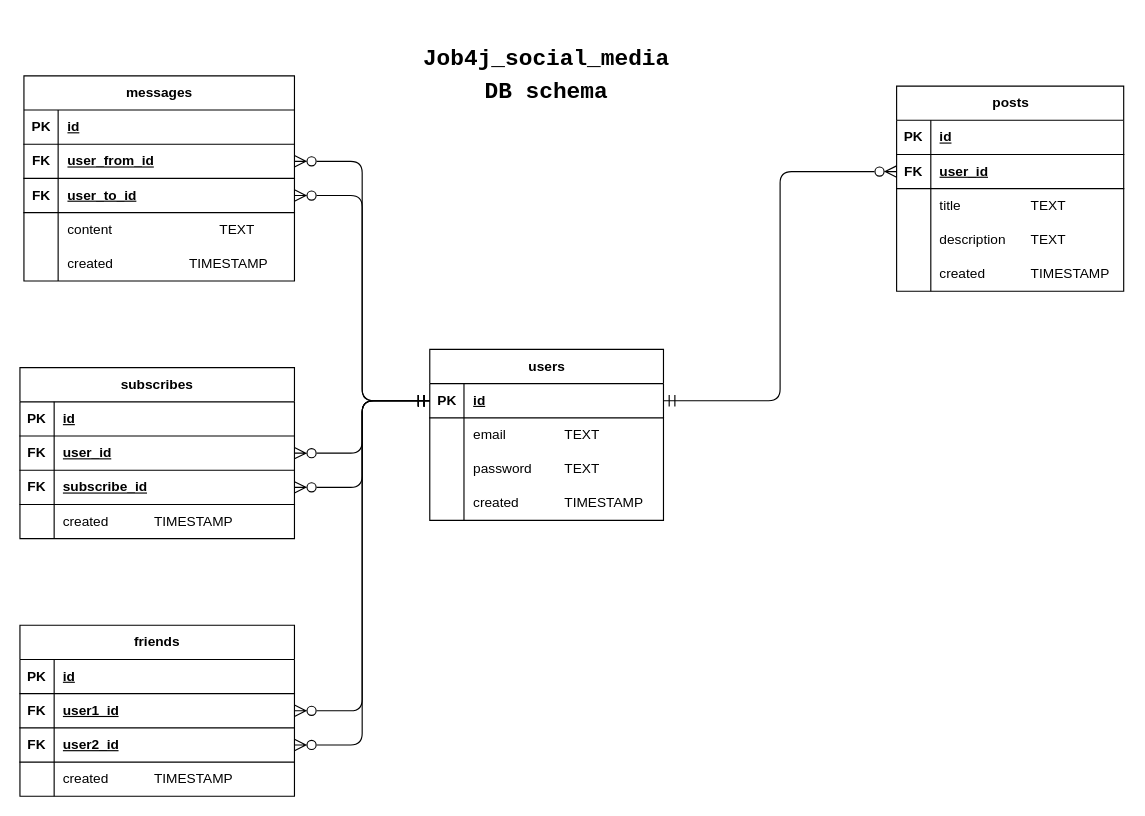
Before: src/main/resources/db/social_media_DB_schema.drawio in MikhailChrn/job4j_social_media_api, a draw.io diagram. Source tidied: cells renumbered, new cells numbered last; positions are measured from the earlier drawing's top-left corner, leaving out a move shared by most shapes. Both pictures are drawn from the tidied source at 114%, with x=0, y=0 at pixel (19, 63).
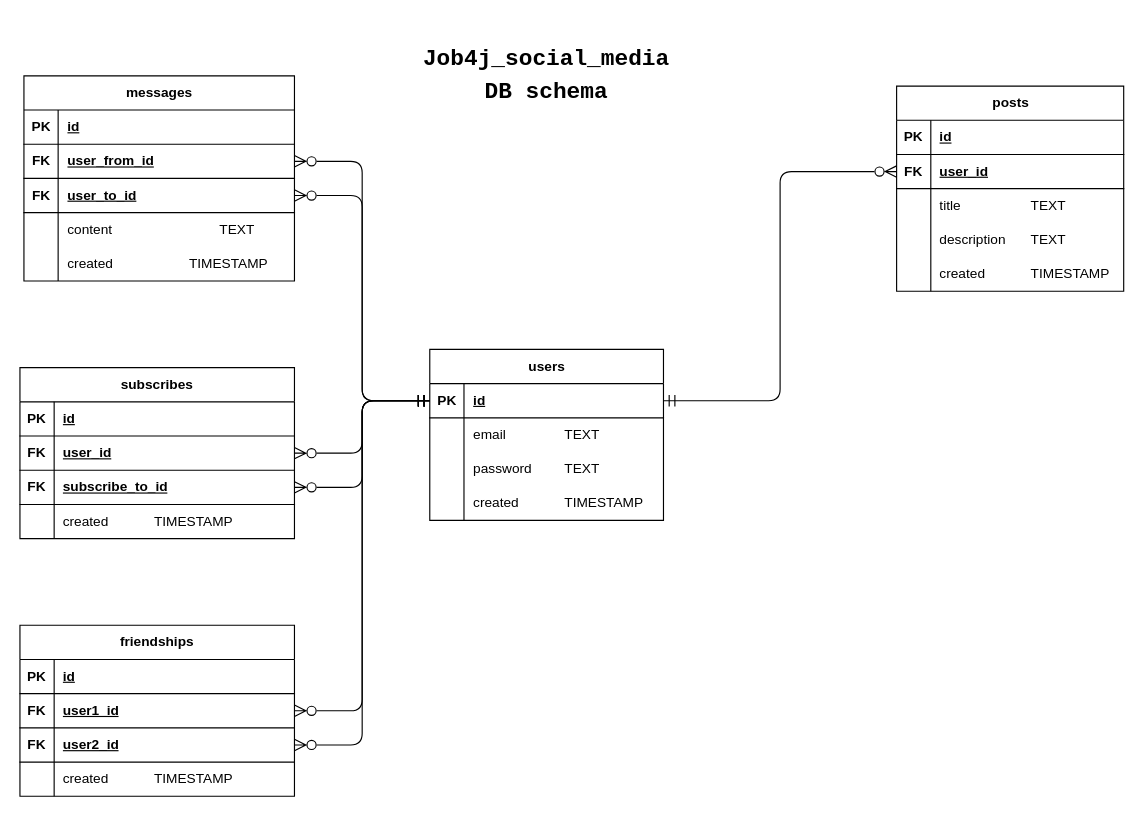
The same page after the edit.

Unchanged cells that the change refers to:
```xml
<mxCell id="56" style="shape=tableRow;horizontal=0;startSize=0;swimlaneHead=0;swimlaneBody=0;fillColor=none;points=[[0,0.5],[1,0.5]];portConstraint=eastwest;top=0;left=0;right=0;bottom=1;" parent="49" vertex="1">
  <mxGeometry y="90" width="240.8" height="30" as="geometry" />
</mxCell>
```

What changed in the source:
```diff
@@
-    <mxCell id="58" value="subscribe_id" style="shape=partialRectangle;fillColor=none;top=0;left=0;bottom=0;right=0;align=left;spacingLeft=6;fontStyle=5;overflow=hidden;whiteSpace=wrap;html=1;" parent="56" vertex="1">
+    <mxCell id="58" value="subscribe_to_id" style="shape=partialRectangle;fillColor=none;top=0;left=0;bottom=0;right=0;align=left;spacingLeft=6;fontStyle=5;overflow=hidden;whiteSpace=wrap;html=1;" parent="56" vertex="1">
       <mxGeometry x="30" width="210.8" height="30" as="geometry" />
     </mxCell>
@@
-    <mxCell id="65" value="friends" style="shape=table;startSize=30;childLayout=tableLayout;rowLines=0;fontStyle=1;align=center;html=1;" parent="1" vertex="1">
+    <mxCell id="65" value="friendships" style="shape=table;startSize=30;childLayout=tableLayout;rowLines=0;fontStyle=1;align=center;html=1;" parent="1" vertex="1">
       <mxGeometry y="493" width="240.8" height="150" as="geometry" />
     </mxCell>
```
